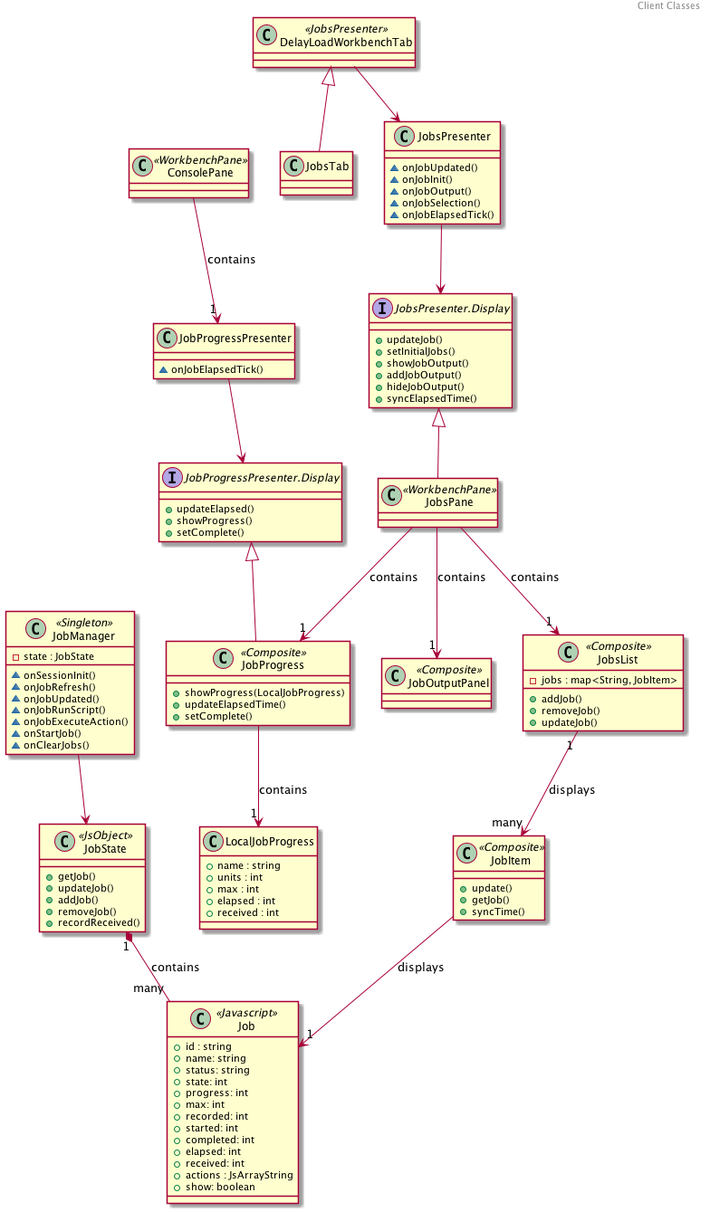
This is gwt_classes.png from gtritchie/uml, a PlantUML export, as it was before one commit.
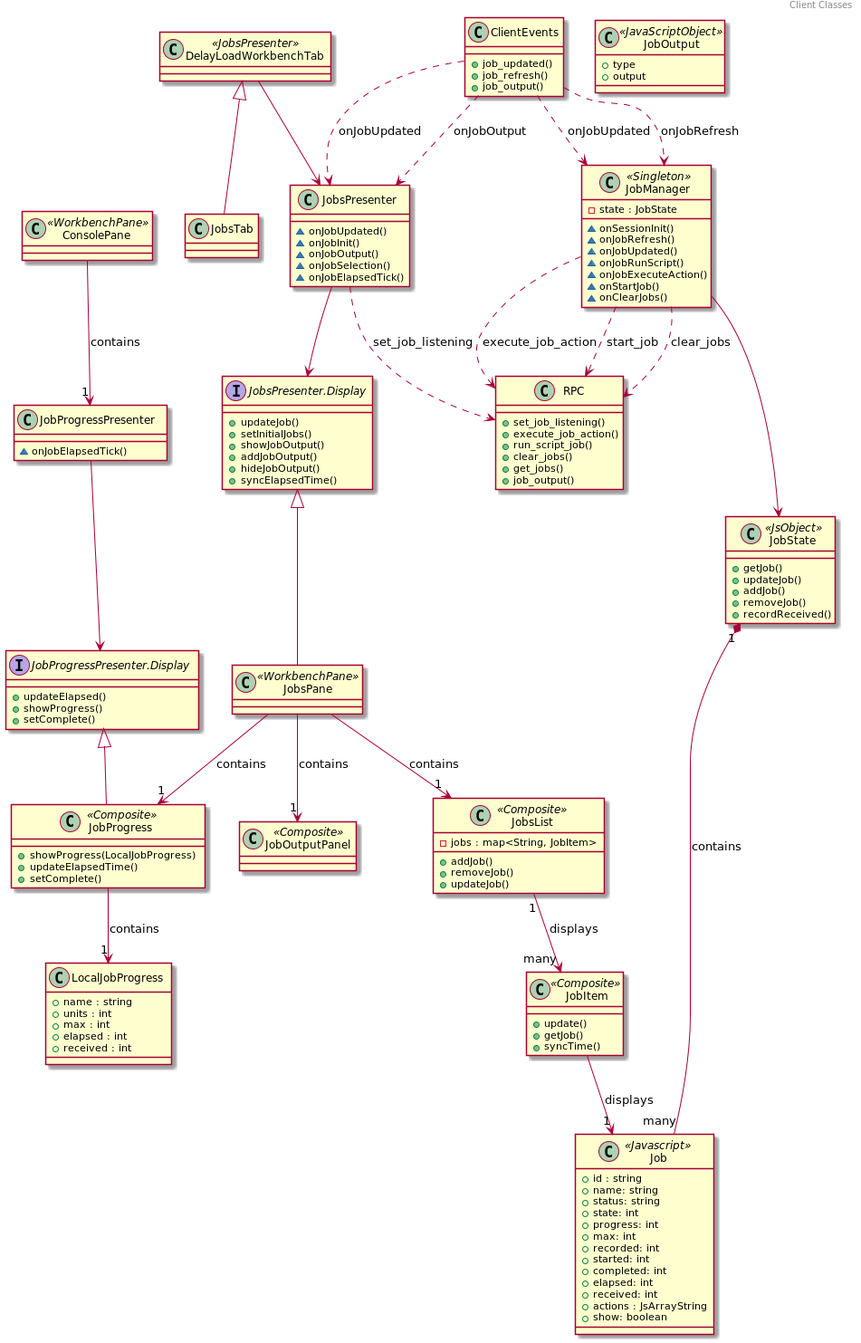
After the change.

Commit message:
RPC and clientevents for gwt-side

What changed in the source:
```diff
@@ -102,30 +102,59 @@
 JobProgressPresenter --> JobProgressPresenter.Display
 
 class JobState<< JsObject >> {
-   +getJob()
-   +updateJob()
-   +addJob()
-   +removeJob()
-   +recordReceived()
+    +getJob()
+    +updateJob()
+    +addJob()
+    +removeJob()
+    +recordReceived()
 }
 
 JobManager --> JobState
 JobState "1" *-- "many" Job : contains
 
 class JobsList<< Composite >> {
-   -jobs : map<String, JobItem>
-   +addJob()
-   +removeJob()
-   +updateJob()
+    -jobs : map<String, JobItem>
+    +addJob()
+    +removeJob()
+    +updateJob()
 }
 
 class JobItem<< Composite >> {
-   +update()
-   +getJob()
-   +syncTime()
+    +update()
+    +getJob()
+    +syncTime()
 }
 
 JobItem --> "1" Job : displays
 JobsList "1" --> "many" JobItem : displays
 
+class JobOutput<< JavaScriptObject >> {
+    +type
+    +output
+}
+
+class RPC {
+    +set_job_listening()
+    +execute_job_action()
+    +run_script_job()
+    +clear_jobs()
+    +get_jobs()
+    +job_output()
+}
+
+JobsPresenter ..> RPC : set_job_listening
+JobManager ..> RPC : execute_job_action
+JobManager ..> RPC : start_job
+JobManager ..> RPC : clear_jobs
+
+class ClientEvents {
+    +job_updated()
+    +job_refresh()
+    +job_output()
+}
+
+ClientEvents ..> JobManager : onJobUpdated
+ClientEvents ..> JobsPresenter : onJobUpdated
+ClientEvents ..> JobManager : onJobRefresh
+ClientEvents ..> JobsPresenter : onJobOutput
 @enduml
```
